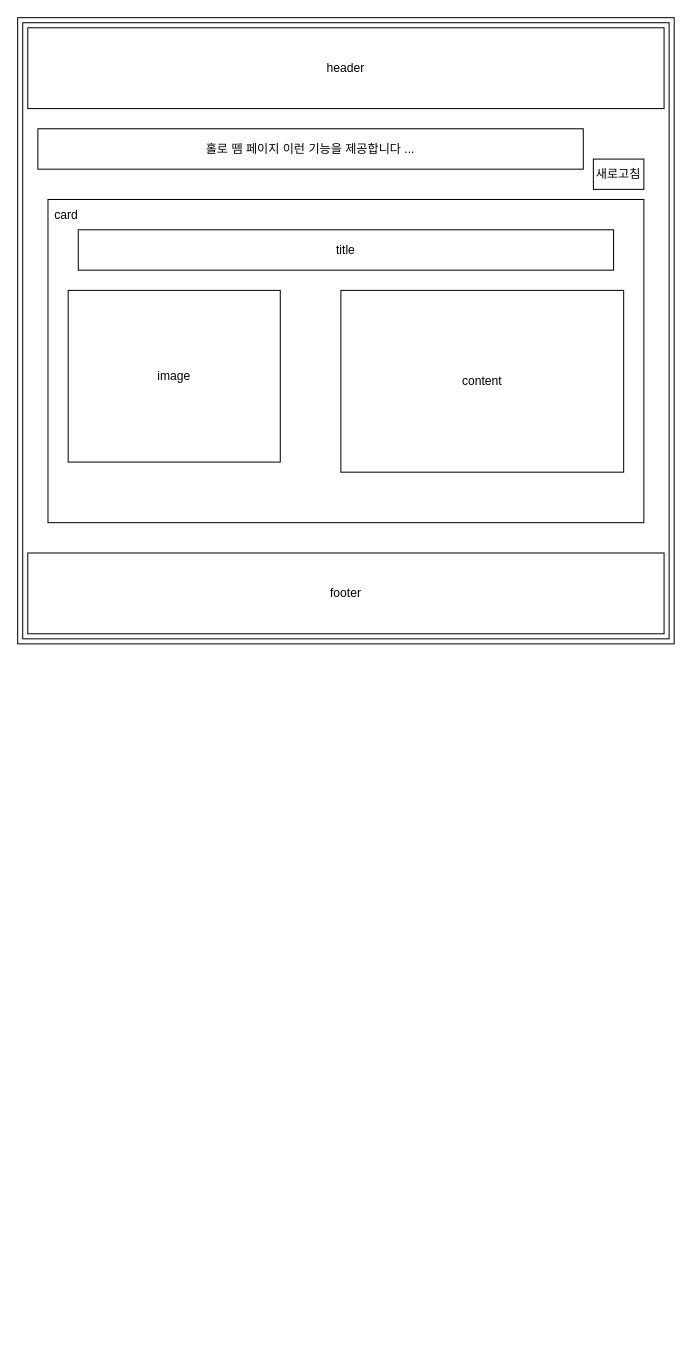
This is 홀로뗌페이지.drawio from 2023240298-ctrl/semi-project-holoday, a draw.io file, before an edit. Source tidied: cells renumbered, new cells numbered last; positions are measured from the earlier drawing's top-left corner, leaving out a move shared by most shapes. Both pictures are drawn from the tidied source at 101%, with x=0, y=0 at pixel (17, 17).
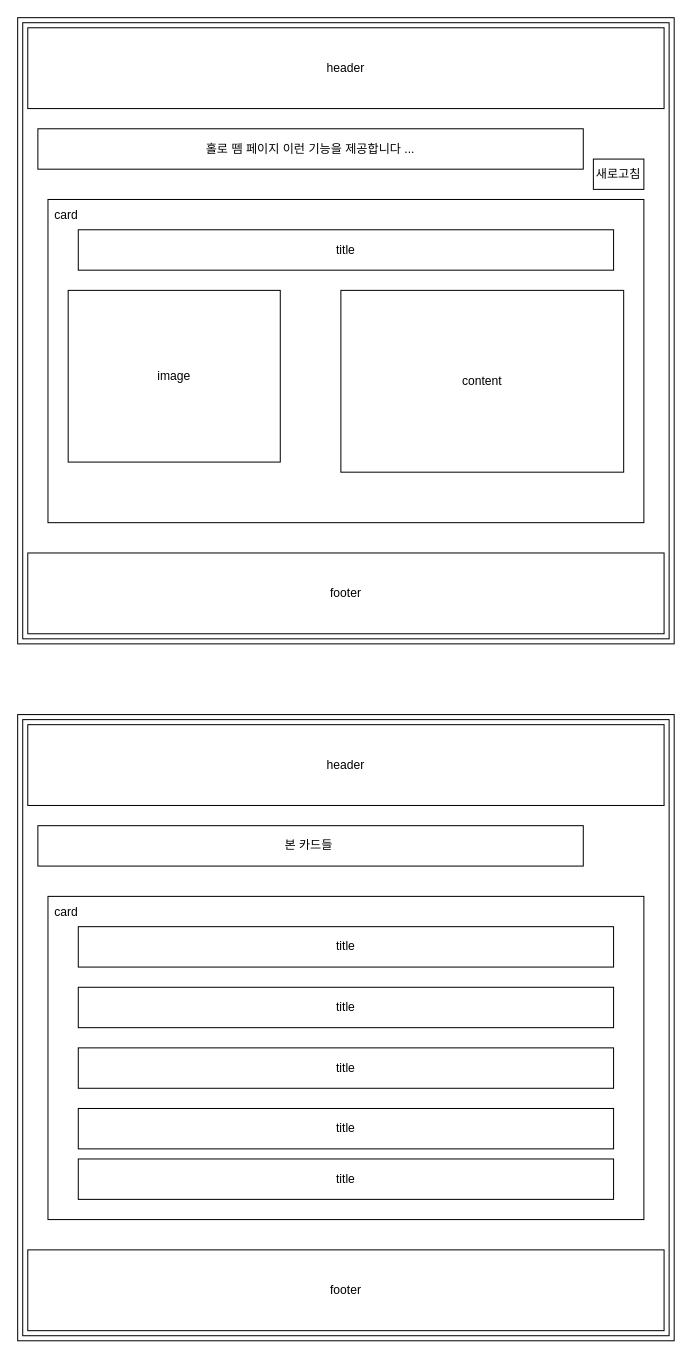
After the change.

Commit message:
홀로뗌페이지.drawio 업데이트

Diff of the diagram source:
```diff
@@
+    <mxCell id="11" style="shape=ext;margin=3;double=1;whiteSpace=wrap;html=1;align=center;" parent="1" vertex="1">
+      <mxGeometry y="690" width="650" height="620" as="geometry" />
+    </mxCell>
+    <mxCell id="12" value="header" style="whiteSpace=wrap;html=1;align=center;" parent="1" vertex="1">
+      <mxGeometry x="10" y="700" width="630" height="80" as="geometry" />
+    </mxCell>
+    <mxCell id="13" value="footer" style="whiteSpace=wrap;html=1;align=center;" parent="1" vertex="1">
+      <mxGeometry x="10" y="1220" width="630" height="80" as="geometry" />
+    </mxCell>
+    <mxCell id="14" value="card&lt;span style=&quot;white-space: pre;&quot;&gt;&#9;&lt;/span&gt;&lt;span style=&quot;white-space: pre;&quot;&gt;&#9;&lt;/span&gt;&lt;span style=&quot;white-space: pre;&quot;&gt;&#9;&lt;/span&gt;&lt;span style=&quot;white-space: pre;&quot;&gt;&#9;&lt;/span&gt;&lt;span style=&quot;white-space: pre;&quot;&gt;&#9;&lt;/span&gt;&lt;span style=&quot;white-space: pre;&quot;&gt;&#9;&lt;/span&gt;&lt;span style=&quot;white-space: pre;&quot;&gt;&#9;&lt;/span&gt;&lt;span style=&quot;white-space: pre;&quot;&gt;&#9;&lt;/span&gt;&lt;span style=&quot;white-space: pre;&quot;&gt;&#9;&lt;/span&gt;&lt;span style=&quot;white-space: pre;&quot;&gt;&#9;&lt;/span&gt;&lt;span style=&quot;white-space: pre;&quot;&gt;&#9;&lt;/span&gt;&lt;span style=&quot;white-space: pre;&quot;&gt;&#9;&lt;/span&gt;&lt;span style=&quot;white-space: pre;&quot;&gt;&#9;&lt;/span&gt;&lt;span style=&quot;white-space: pre;&quot;&gt;&#9;&lt;/span&gt;&lt;span style=&quot;white-space: pre;&quot;&gt;&#9;&lt;/span&gt;&lt;span style=&quot;white-space: pre;&quot;&gt;&#9;&lt;/span&gt;&lt;span style=&quot;white-space: pre;&quot;&gt;&#9;&lt;/span&gt;&lt;span style=&quot;white-space: pre;&quot;&gt;&#9;&lt;/span&gt;&lt;span style=&quot;white-space: pre;&quot;&gt;&#9;&lt;/span&gt;&lt;span style=&quot;white-space: pre;&quot;&gt;&#9;&lt;/span&gt;&lt;span style=&quot;white-space: pre;&quot;&gt;&#9;&lt;/span&gt;&amp;nbsp; &amp;nbsp; &amp;nbsp;&lt;div&gt;&lt;br&gt;&lt;/div&gt;&lt;div&gt;&lt;br&gt;&lt;/div&gt;&lt;div&gt;&lt;br&gt;&lt;/div&gt;&lt;div&gt;&lt;br&gt;&lt;/div&gt;&lt;div&gt;&lt;br&gt;&lt;/div&gt;&lt;div&gt;&lt;br&gt;&lt;/div&gt;&lt;div&gt;&lt;br&gt;&lt;/div&gt;&lt;div&gt;&lt;br&gt;&lt;/div&gt;&lt;div&gt;&lt;br&gt;&lt;/div&gt;&lt;div&gt;&lt;br&gt;&lt;/div&gt;&lt;div&gt;&lt;br&gt;&lt;/div&gt;&lt;div&gt;&lt;br&gt;&lt;/div&gt;&lt;div&gt;&lt;br&gt;&lt;/div&gt;&lt;div&gt;&lt;br&gt;&lt;/div&gt;&lt;div&gt;&lt;br&gt;&lt;/div&gt;&lt;div&gt;&lt;br&gt;&lt;/div&gt;&lt;div&gt;&lt;br&gt;&lt;/div&gt;&lt;div&gt;&lt;br&gt;&lt;/div&gt;&lt;div&gt;&lt;br&gt;&lt;/div&gt;&lt;div&gt;&lt;br&gt;&lt;/div&gt;" style="html=1;whiteSpace=wrap;" parent="1" vertex="1">
+      <mxGeometry x="30" y="870" width="590" height="320" as="geometry" />
+    </mxCell>
+    <mxCell id="15" value="본 카드들&amp;nbsp;" style="html=1;whiteSpace=wrap;" parent="1" vertex="1">
+      <mxGeometry x="20" y="800" width="540" height="40" as="geometry" />
+    </mxCell>
+    <mxCell id="16" value="title" style="whiteSpace=wrap;html=1;align=center;" parent="1" vertex="1">
+      <mxGeometry x="60" y="900" width="530" height="40" as="geometry" />
+    </mxCell>
+    <mxCell id="17" value="title" style="whiteSpace=wrap;html=1;align=center;" parent="1" vertex="1">
+      <mxGeometry x="60" y="960" width="530" height="40" as="geometry" />
+    </mxCell>
+    <mxCell id="18" value="title" style="whiteSpace=wrap;html=1;align=center;" parent="1" vertex="1">
+      <mxGeometry x="60" y="1020" width="530" height="40" as="geometry" />
+    </mxCell>
+    <mxCell id="19" value="title" style="whiteSpace=wrap;html=1;align=center;" parent="1" vertex="1">
+      <mxGeometry x="60" y="1080" width="530" height="40" as="geometry" />
+    </mxCell>
+    <mxCell id="20" value="title" style="whiteSpace=wrap;html=1;align=center;" parent="1" vertex="1">
+      <mxGeometry x="60" y="1130" width="530" height="40" as="geometry" />
+    </mxCell>
```
